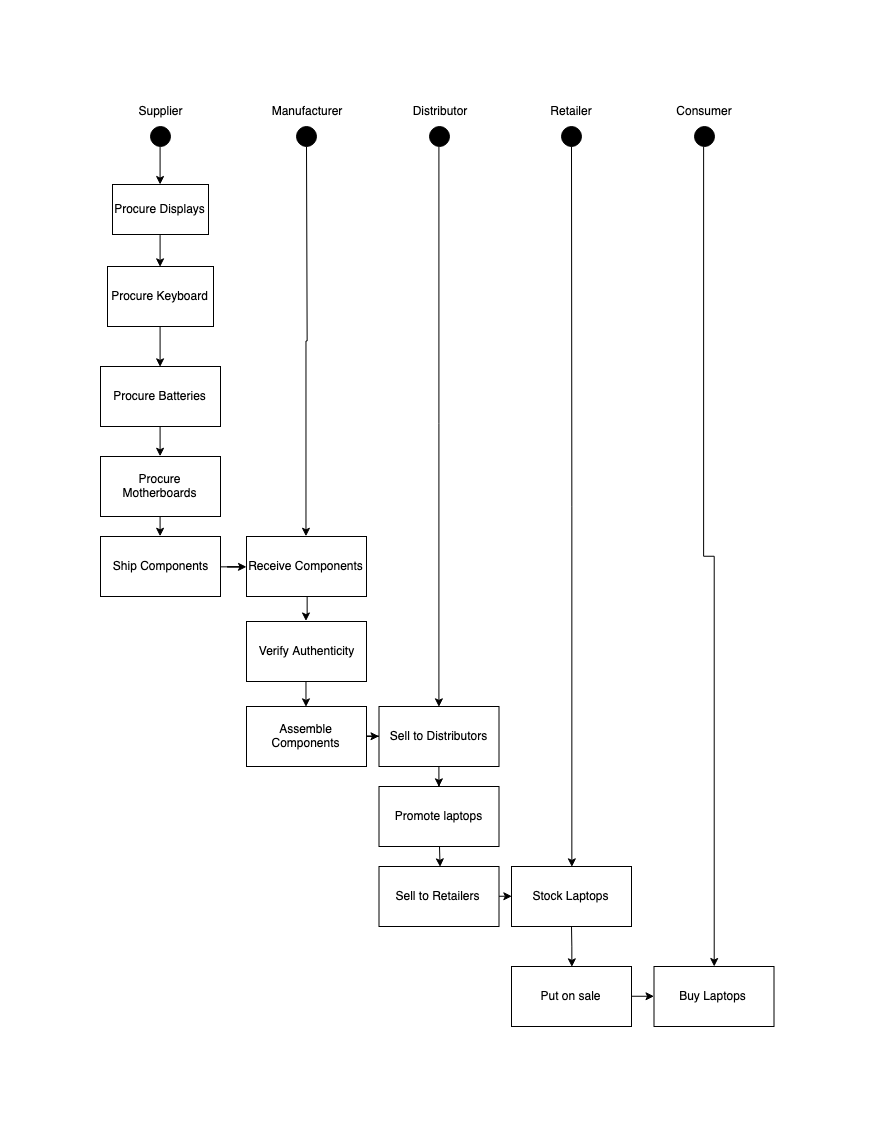
The draw.io diagram images/activity-diag.png in jaydeepw/nanodegree-blockchain-project6-architect-blockchain, before a commit. Source tidied: cells renumbered, new cells last; positions are measured from the earlier drawing's top-left corner, leaving out a move shared by most shapes.
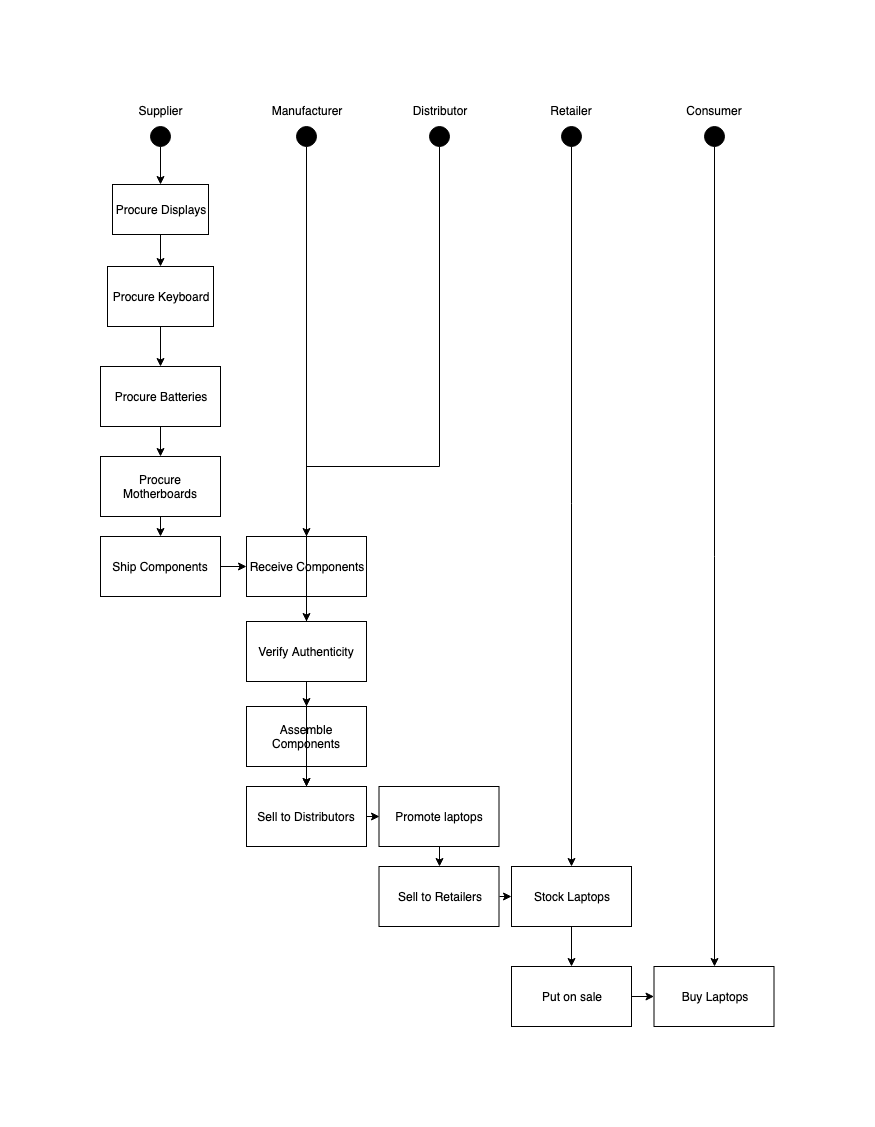
Later version of the same file.

Commit message:
Update activity diagram as per feedback from the reviewer

The edit, as a diff of the source:
```diff
@@ -45,7 +45,7 @@
       <mxGeometry x="451" width="40" height="20" as="geometry" />
     </mxCell>
     <mxCell id="16" value="Consumer&lt;br&gt;" style="text;html=1;strokeColor=none;fillColor=none;align=center;verticalAlign=middle;whiteSpace=wrap;rounded=0;" parent="1" vertex="1">
-      <mxGeometry x="583.5" width="40" height="20" as="geometry" />
+      <mxGeometry x="593.5" width="40" height="20" as="geometry" />
     </mxCell>
     <mxCell id="17" style="edgeStyle=orthogonalEdgeStyle;rounded=0;jettySize=auto;html=1;entryX=0.5;entryY=0;entryDx=0;entryDy=0;" parent="1" edge="1" source="18" target="37">
       <mxGeometry relative="1" as="geometry" />
@@ -59,11 +59,11 @@
     <mxCell id="20" value="Assemble Components" style="rounded=0;whiteSpace=wrap;html=1;" parent="1" vertex="1">
       <mxGeometry x="146" y="606" width="120" height="60" as="geometry" />
     </mxCell>
-    <mxCell id="21" style="edgeStyle=orthogonalEdgeStyle;rounded=0;jettySize=auto;html=1;entryX=0.5;entryY=0;entryDx=0;entryDy=0;" parent="1" edge="1" source="22" target="39">
+    <mxCell id="21" style="edgeStyle=orthogonalEdgeStyle;rounded=0;jettySize=auto;html=1;exitX=1;exitY=0.5;exitDx=0;exitDy=0;entryX=0;entryY=0.5;entryDx=0;entryDy=0;" parent="1" edge="1" source="22" target="39">
       <mxGeometry relative="1" as="geometry" />
     </mxCell>
     <mxCell id="22" value="Sell to Distributors" style="rounded=0;whiteSpace=wrap;html=1;" parent="1" vertex="1">
-      <mxGeometry x="278.5" y="606" width="120" height="60" as="geometry" />
+      <mxGeometry x="146" y="686" width="120" height="60" as="geometry" />
     </mxCell>
     <mxCell id="23" style="edgeStyle=orthogonalEdgeStyle;rounded=0;jettySize=auto;html=1;exitX=1;exitY=0.5;exitDx=0;exitDy=0;" parent="1" edge="1" source="42" target="25">
       <mxGeometry relative="1" as="geometry" />
@@ -102,7 +102,7 @@
       <mxGeometry relative="1" as="geometry" />
     </mxCell>
     <mxCell id="35" style="ellipse;whiteSpace=wrap;html=1;fillColor=#000000;" parent="1" vertex="1">
-      <mxGeometry x="593.5" y="26" width="20" height="20" as="geometry" />
+      <mxGeometry x="603.5" y="26" width="20" height="20" as="geometry" />
     </mxCell>
     <mxCell id="36" style="edgeStyle=orthogonalEdgeStyle;rounded=0;jettySize=auto;html=1;exitX=0.5;exitY=1;exitDx=0;exitDy=0;entryX=0.5;entryY=0;entryDx=0;entryDy=0;" parent="1" edge="1" source="37" target="20">
       <mxGeometry relative="1" as="geometry" />
```
